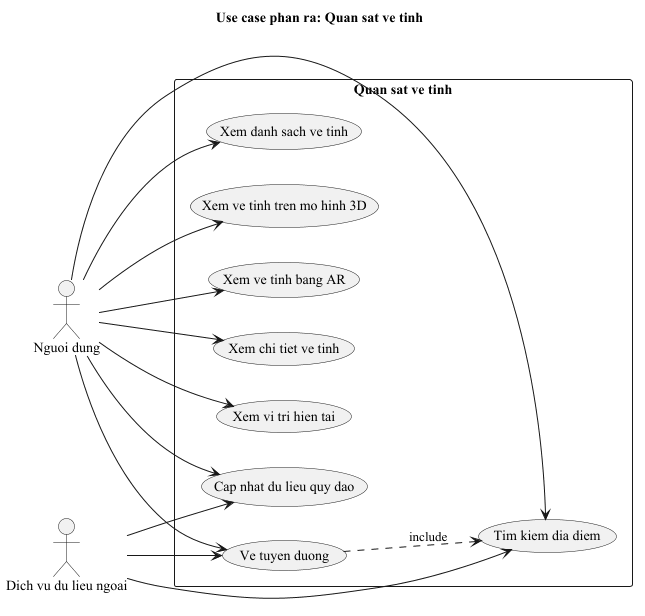
The PlantUML diagram figures/usecase_quan_sat_ve_tinh.png in thanhmobile080604/My-Thesis-Latex, before a commit. Its diagram source:
```plantuml
@startuml usecase_quan_sat_ve_tinh
skinparam defaultFontName "Times New Roman"
title Use case phan ra: Quan sat ve tinh
left to right direction

actor "Nguoi dung" as User
actor "Dich vu du lieu ngoai" as Ext

rectangle "Quan sat ve tinh" {
  usecase "Xem vi tri hien tai" as U1
  usecase "Tim kiem dia diem" as U2
  usecase "Ve tuyen duong" as U3
  usecase "Xem danh sach ve tinh" as U4
  usecase "Xem ve tinh tren mo hinh 3D" as U5
  usecase "Xem ve tinh bang AR" as U6
  usecase "Cap nhat du lieu quy dao" as U7
  usecase "Xem chi tiet ve tinh" as U8
}

User --> U1
User --> U2
User --> U3
User --> U4
User --> U5
User --> U6
User --> U7
User --> U8

U3 ..> U2 : include
Ext --> U2
Ext --> U3
Ext --> U7
@enduml
```
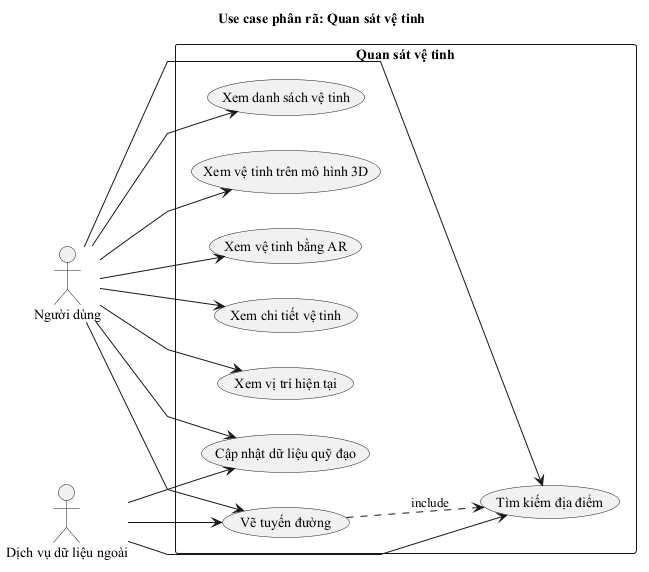
After the commit.

The edit, as a diff of the source:
```diff
@@ -1,20 +1,21 @@
 @startuml usecase_quan_sat_ve_tinh
 skinparam defaultFontName "Times New Roman"
-title Use case phan ra: Quan sat ve tinh
+skinparam linetype polyline
 left to right direction
+title Use case phân rã: Quan sát vệ tinh
 
-actor "Nguoi dung" as User
-actor "Dich vu du lieu ngoai" as Ext
+actor "Người dùng" as User
+actor "Dịch vụ dữ liệu ngoài" as Ext
 
-rectangle "Quan sat ve tinh" {
-  usecase "Xem vi tri hien tai" as U1
-  usecase "Tim kiem dia diem" as U2
-  usecase "Ve tuyen duong" as U3
-  usecase "Xem danh sach ve tinh" as U4
-  usecase "Xem ve tinh tren mo hinh 3D" as U5
-  usecase "Xem ve tinh bang AR" as U6
-  usecase "Cap nhat du lieu quy dao" as U7
-  usecase "Xem chi tiet ve tinh" as U8
+rectangle "Quan sát vệ tinh" {
+  usecase "Xem vị trí hiện tại" as U1
+  usecase "Tìm kiếm địa điểm" as U2
+  usecase "Vẽ tuyến đường" as U3
+  usecase "Xem danh sách vệ tinh" as U4
+  usecase "Xem vệ tinh trên mô hình 3D" as U5
+  usecase "Xem vệ tinh bằng AR" as U6
+  usecase "Cập nhật dữ liệu quỹ đạo" as U7
+  usecase "Xem chi tiết vệ tinh" as U8
 }
 
 User --> U1
```
